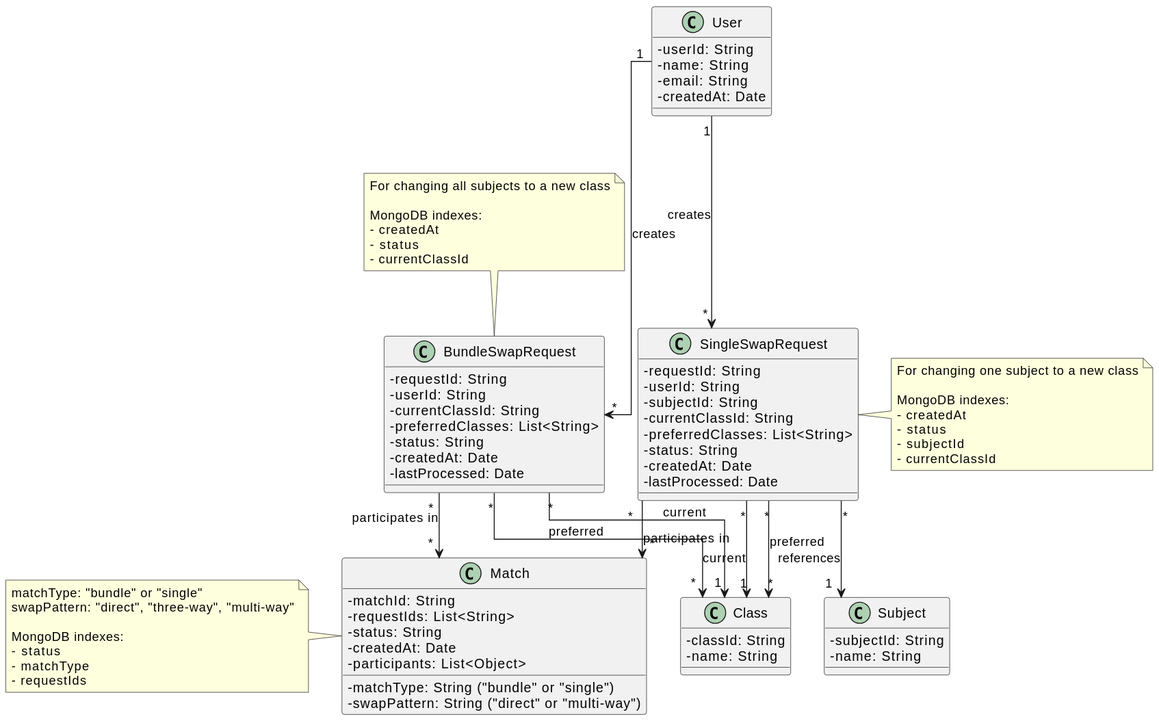
Earlier version of the PlantUML export docs/domain-model/svg/domain-model.svg (Nucleo-Estudantes-Informatica-ISEP/unclassed).
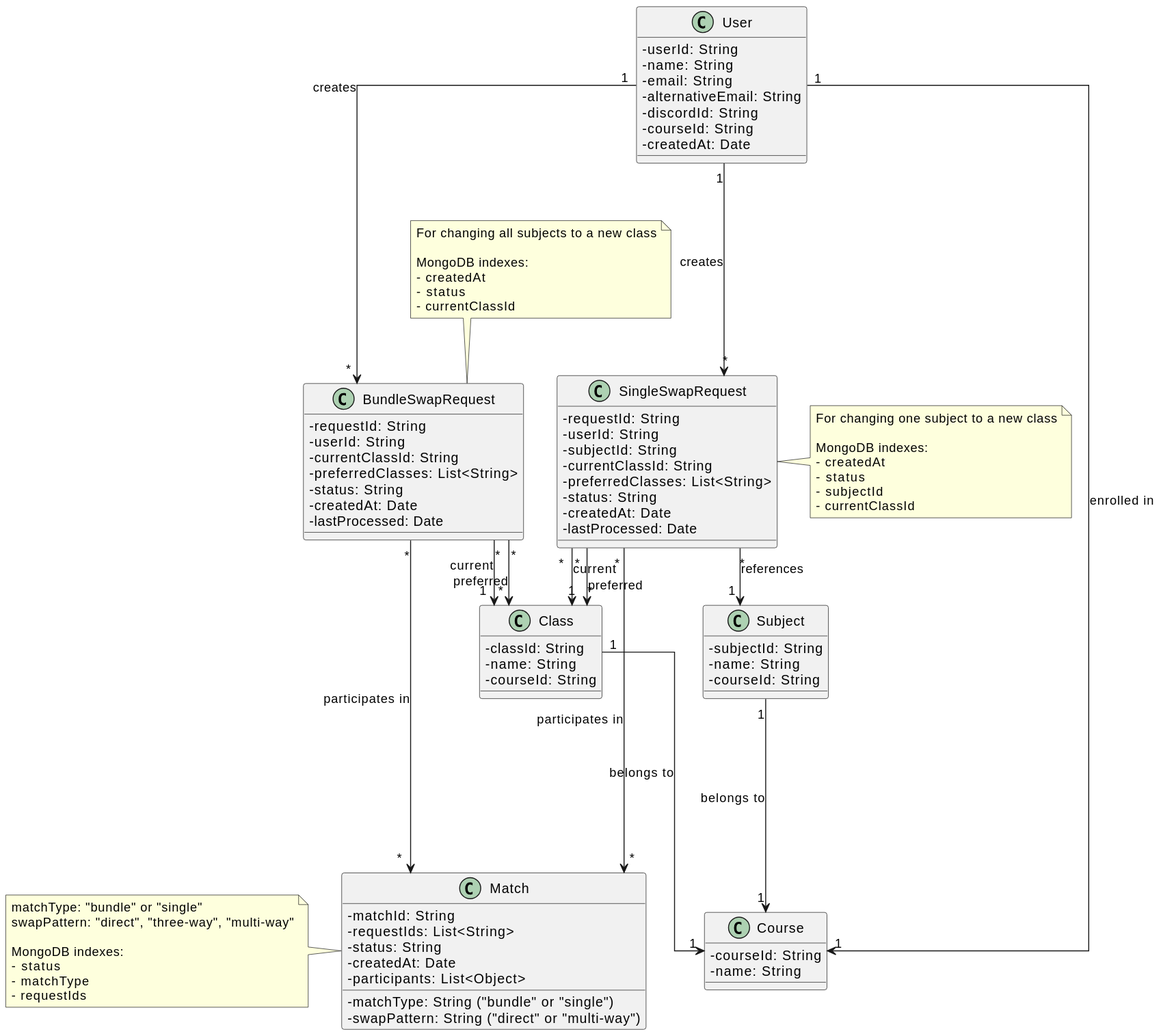
The same file after the commit.

Commit message:
upd: changed domain model to new needs

What changed in the source:
```diff
@@ -7,16 +7,26 @@
   - userId: String
   - name: String
   - email: String
+  - alternativeEmail: String
+  - discordId: String
+  - courseId: String
   - createdAt: Date
 }
 
 class Class {
   - classId: String
   - name: String
+  - courseId: String
 }
 
 class Subject {
   - subjectId: String
+  - name: String
+  - courseId: String
+}
+
+class Course {
+  - courseId: String
   - name: String
 }
 
@@ -53,7 +63,11 @@
 
 User "1" ---> "*" BundleSwapRequest: creates
 User "1" ---> "*" SingleSwapRequest: creates
+User "1" --> "1" Course : enrolled in
 
+Subject "1" ----> "1" Course: belongs to
+
+Class "1" ----> "1" Course: belongs to
 
 SingleSwapRequest "*" --> "1" Subject: references
 BundleSwapRequest "*" --> "1" Class: current
@@ -61,8 +75,8 @@
 BundleSwapRequest "*" --> "*" Class: preferred
 SingleSwapRequest "*" --> "*" Class: preferred
 
-BundleSwapRequest "*" --> "*" Match: participates in
-SingleSwapRequest "*" --> "*" Match: participates in
+BundleSwapRequest "*" -----> "*" Match: participates in
+SingleSwapRequest "*" -----> "*" Match: participates in
 
 note top of BundleSwapRequest
   For changing all subjects to a new class
```
